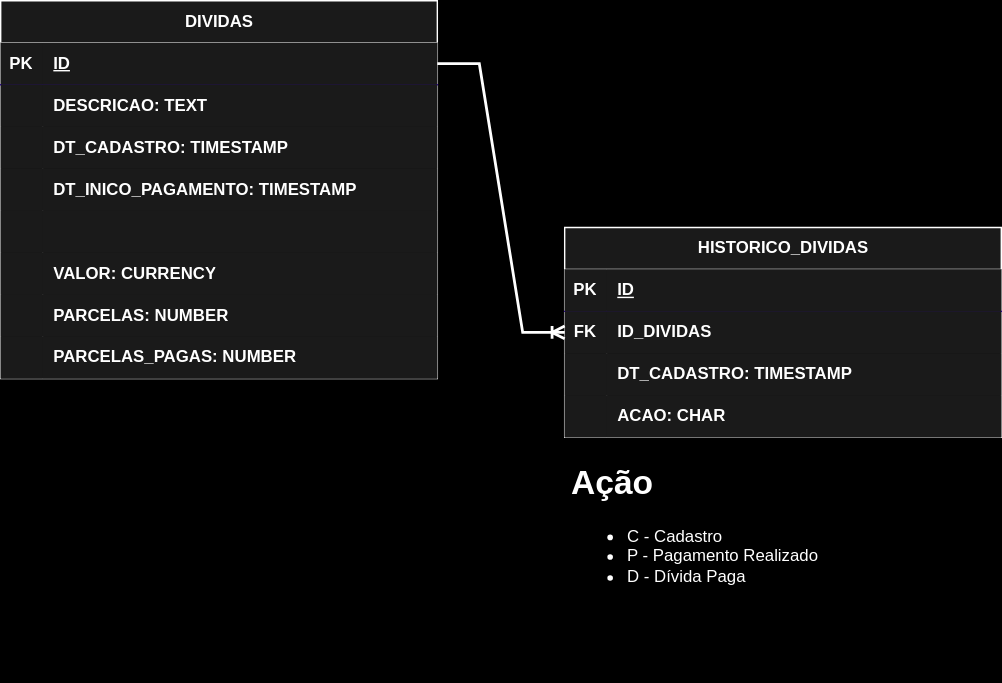
Earlier version of the draw.io export modelo-dados/mer.svg (fc-contabil/fc-contabil-docs). Source tidied: cells renumbered, new cells last; positions are measured from the earlier drawing's top-left corner, leaving out a move shared by most shapes.
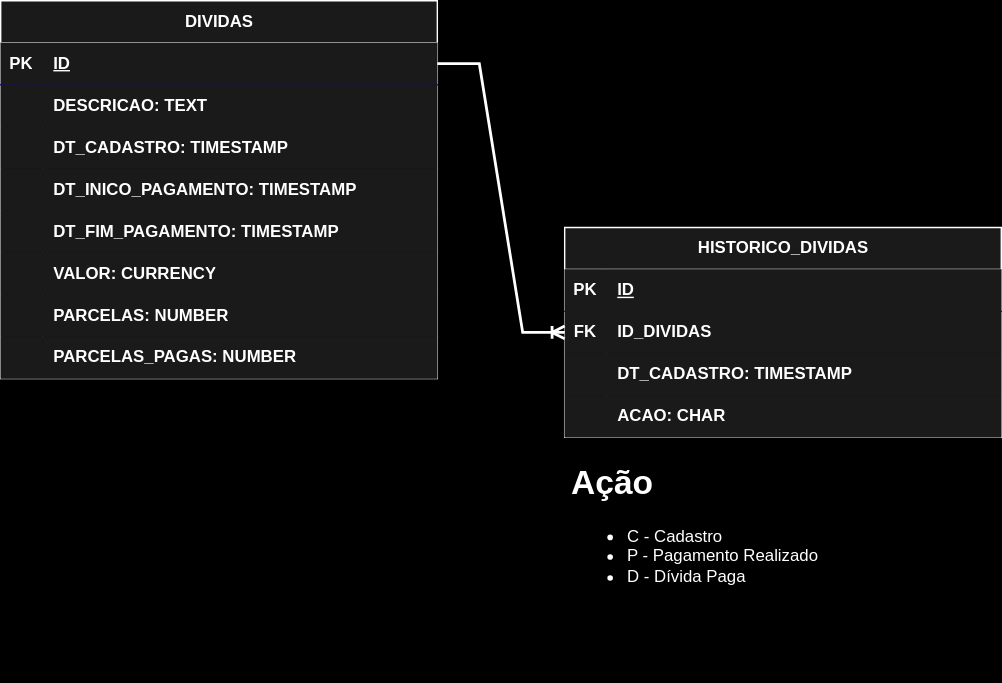
The same file after the commit.

Change to the diagram source:
```diff
@@ -47,7 +47,7 @@
     <mxCell id="16" style="shape=partialRectangle;fillColor=#1A1A1A;top=0;left=0;bottom=0;right=0;overflow=hidden;whiteSpace=wrap;html=1;fontColor=#ffffff;strokeColor=#3700CC;fontStyle=1;labelBorderColor=none;" parent="15" vertex="1">
       <mxGeometry width="30" height="30" as="geometry" />
     </mxCell>
-    <mxCell id="17" style="shape=partialRectangle;fillColor=#1A1A1A;top=0;left=0;bottom=0;right=0;align=left;spacingLeft=6;overflow=hidden;whiteSpace=wrap;html=1;fontColor=#ffffff;strokeColor=#FFFFFF;fontStyle=1;labelBorderColor=none;" parent="15" vertex="1">
+    <mxCell id="17" value="DT_FIM_PAGAMENTO: TIMESTAMP" style="shape=partialRectangle;fillColor=#1A1A1A;top=0;left=0;bottom=0;right=0;align=left;spacingLeft=6;overflow=hidden;whiteSpace=wrap;html=1;fontColor=#ffffff;strokeColor=#FFFFFF;fontStyle=1;labelBorderColor=none;" parent="15" vertex="1">
       <mxGeometry x="30" width="282" height="30" as="geometry" />
     </mxCell>
     <mxCell id="18" style="shape=tableRow;horizontal=0;startSize=0;swimlaneHead=0;swimlaneBody=0;fillColor=#1A1A1A;top=0;left=0;right=0;bottom=0;fontColor=#ffffff;strokeColor=#3700CC;fontStyle=1;labelBorderColor=none;" parent="2" vertex="1">
```
